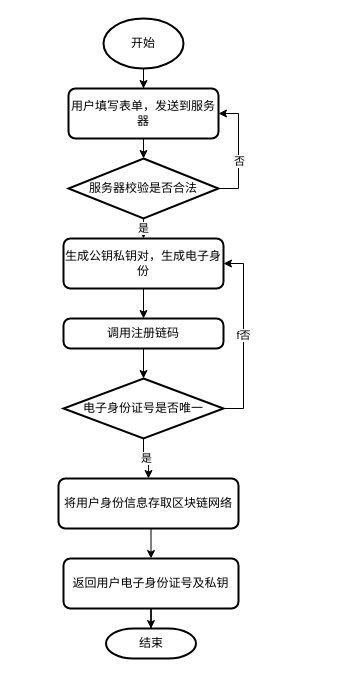
szuchenyajun/design_pattern_uml keeps this draw.io diagram as 功能模块图.drawio. Above is the earlier version. Source tidied: cells renumbered, new cells numbered last; positions are measured from the earlier drawing's top-left corner, leaving out a move shared by most shapes. Both pictures are drawn from the tidied source at 100%, with x=0, y=0 at pixel (58, 18).
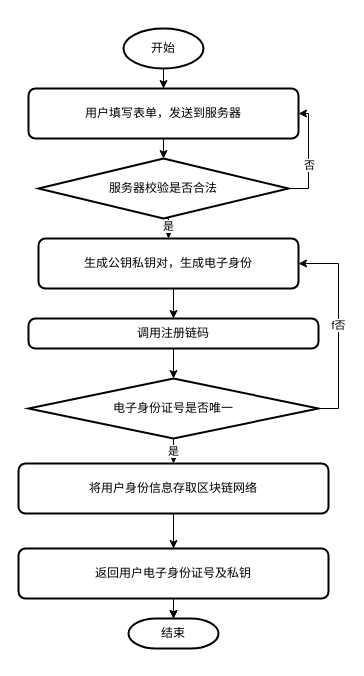
After the change.

Commit message:
更新功能模块图.drawio

Change to the diagram source:
```diff
@@
     <mxCell id="3" value="开始" style="strokeWidth=2;html=1;shape=mxgraph.flowchart.start_2;whiteSpace=wrap;" parent="1" vertex="1">
-      <mxGeometry x="45" width="80" height="50" as="geometry" />
+      <mxGeometry x="65" y="10" width="80" height="40" as="geometry" />
     </mxCell>
@@
     <mxCell id="5" value="用户填写表单，发送到服务器" style="rounded=1;whiteSpace=wrap;html=1;absoluteArcSize=1;arcSize=14;strokeWidth=2;" parent="1" vertex="1">
-      <mxGeometry x="10" y="70" width="150" height="50" as="geometry" />
+      <mxGeometry x="-30" y="70" width="270" height="50" as="geometry" />
     </mxCell>
@@
     <mxCell id="9" value="服务器校验是否合法" style="strokeWidth=2;html=1;shape=mxgraph.flowchart.decision;whiteSpace=wrap;" parent="1" vertex="1">
-      <mxGeometry x="10" y="140" width="150" height="60" as="geometry" />
+      <mxGeometry x="-20" y="140" width="250" height="60" as="geometry" />
     </mxCell>
@@
     <mxCell id="11" value="生成公钥私钥对，生成电子身份" style="rounded=1;whiteSpace=wrap;html=1;absoluteArcSize=1;arcSize=14;strokeWidth=2;" parent="1" vertex="1">
-      <mxGeometry x="5" y="220" width="160" height="50" as="geometry" />
+      <mxGeometry x="-20" y="220" width="260" height="50" as="geometry" />
     </mxCell>
@@
     <mxCell id="14" value="电子身份证号是否唯一" style="strokeWidth=2;html=1;shape=mxgraph.flowchart.decision;whiteSpace=wrap;" parent="1" vertex="1">
-      <mxGeometry x="5" y="360" width="160" height="60" as="geometry" />
+      <mxGeometry x="-30" y="360" width="290" height="60" as="geometry" />
     </mxCell>
@@
     <mxCell id="16" value="调用注册链码" style="rounded=1;whiteSpace=wrap;html=1;absoluteArcSize=1;arcSize=14;strokeWidth=2;" parent="1" vertex="1">
-      <mxGeometry x="5" y="300" width="160" height="30" as="geometry" />
+      <mxGeometry x="-30" y="300" width="290" height="30" as="geometry" />
     </mxCell>
@@
+    <mxCell id="22" style="edgeStyle=orthogonalEdgeStyle;rounded=0;jettySize=auto;html=1;" parent="1" edge="1" source="18" target="21">
+      <mxGeometry relative="1" as="geometry" />
+    </mxCell>
     <mxCell id="18" value="将用户身份信息存取区块链网络" style="rounded=1;whiteSpace=wrap;html=1;absoluteArcSize=1;arcSize=14;strokeWidth=2;" parent="1" vertex="1">
-      <mxGeometry y="460" width="180" height="50" as="geometry" />
+      <mxGeometry x="-40" y="445" width="310" height="50" as="geometry" />
     </mxCell>
@@
     <mxCell id="20" value="返回用户电子身份证号及私钥" style="rounded=1;whiteSpace=wrap;html=1;absoluteArcSize=1;arcSize=14;strokeWidth=2;" parent="1" vertex="1">
-      <mxGeometry x="5" y="540" width="175" height="50" as="geometry" />
+      <mxGeometry x="-40" y="530" width="310" height="50" as="geometry" />
     </mxCell>
     <mxCell id="21" value="结束" style="strokeWidth=2;html=1;shape=mxgraph.flowchart.terminator;whiteSpace=wrap;" parent="1" vertex="1">
-      <mxGeometry x="47.5" y="610" width="90" height="30" as="geometry" />
+      <mxGeometry x="70" y="600" width="90" height="30" as="geometry" />
     </mxCell>
```
